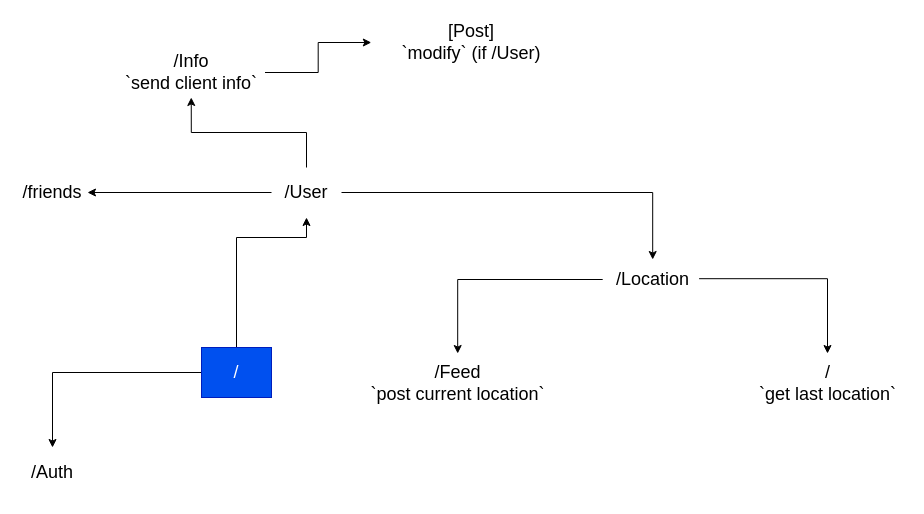
Before: page "GPS Tracker" (3 of 3) of Schematic.drawio in BatuAtlas/Find-My-Clone, a draw.io diagram. Source tidied: cells renumbered, new cells numbered last; positions are measured from the earlier drawing's top-left corner, leaving out a move shared by most shapes. Both pictures are drawn from the tidied source at 100%, with x=0, y=0 at pixel (17, 17).
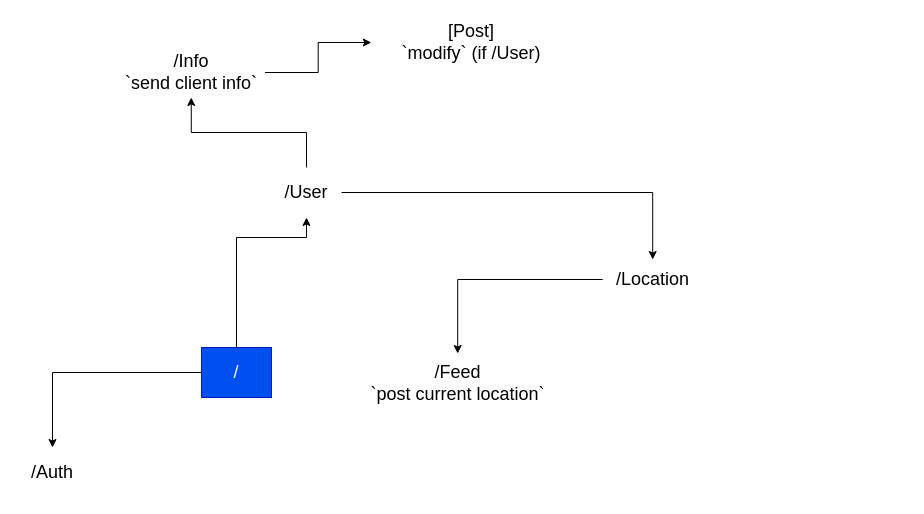
The same page after the edit.

The change refers to these unchanged cells:
```xml
<mxCell id="6" value="/Location" style="text;html=1;align=center;verticalAlign=middle;points=[];fontFamily=Helvetica;fontSize=18;" parent="1" vertex="1">
  <mxGeometry x="585.2" y="242" width="100" height="40" as="geometry" />
</mxCell>
<mxCell id="11" value="/User" style="text;html=1;align=center;verticalAlign=middle;whiteSpace=wrap;rounded=0;fontSize=18;fontFamily=Helvetica;fontColor=default;" parent="1" vertex="1">
  <mxGeometry x="254" y="150" width="70" height="50" as="geometry" />
</mxCell>
```

Diff of the diagram source:
```diff
@@
-    <mxCell id="10" style="edgeStyle=orthogonalEdgeStyle;rounded=0;jettySize=auto;html=1;" parent="1" edge="1" source="11" target="21">
-      <mxGeometry relative="1" as="geometry" />
-    </mxCell>
@@
-    <mxCell id="16" style="edgeStyle=orthogonalEdgeStyle;rounded=0;jettySize=auto;html=1;fontFamily=Helvetica;fontSize=18;fontColor=default;exitX=0.964;exitY=0.48;exitDx=0;exitDy=0;exitPerimeter=0;" parent="1" edge="1" source="6" target="17">
-      <mxGeometry relative="1" as="geometry" />
-    </mxCell>
-    <mxCell id="17" value="/&lt;br&gt;`get last location`" style="text;html=1;align=center;verticalAlign=middle;points=[];fontFamily=Helvetica;fontSize=18;" parent="1" vertex="1">
-      <mxGeometry x="730" y="336" width="160" height="60" as="geometry" />
-    </mxCell>
@@
-    <mxCell id="21" value="/friends" style="text;html=1;align=center;verticalAlign=middle;whiteSpace=wrap;rounded=0;fontSize=18;fontFamily=Helvetica;fontColor=default;" parent="1" vertex="1">
-      <mxGeometry y="150" width="70" height="50" as="geometry" />
-    </mxCell>
```
